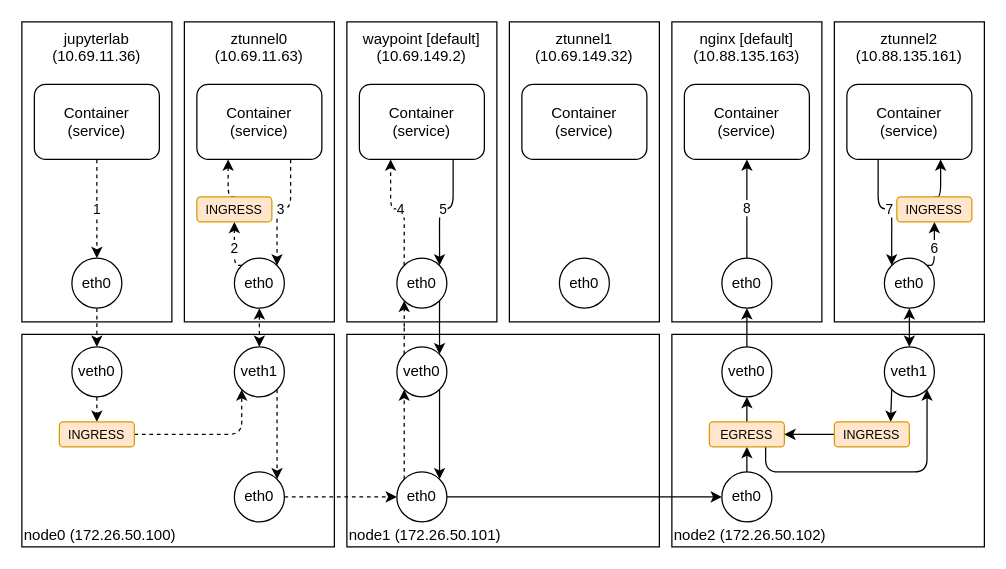
Earlier version of the draw.io diagram page "ambientmesh.flow" (3 of 3) of k8s.istio/k8s.istio.drawio (haruband/codebook). Source tidied: cells renumbered, new cells numbered last; positions are measured from the earlier drawing's top-left corner, leaving out a move shared by most shapes. Both pictures are drawn from the tidied source at 125%, with x=0, y=0 at pixel (21, 21).
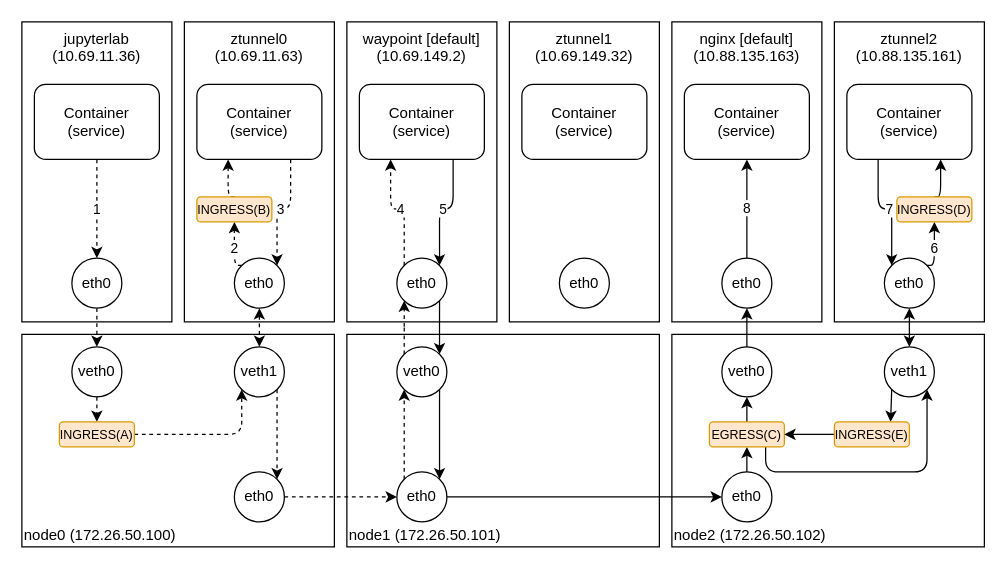
After the change.

The edit, as a diff of the source:
```diff
@@
-    <mxCell id="11" value="INGRESS" style="rounded=1;whiteSpace=wrap;html=1;align=center;fontSize=10;fillColor=#ffe6cc;strokeColor=#d79b00;" parent="1" vertex="1">
+    <mxCell id="11" value="INGRESS(A)" style="rounded=1;whiteSpace=wrap;html=1;align=center;fontSize=10;fillColor=#ffe6cc;strokeColor=#d79b00;" parent="1" vertex="1">
       <mxGeometry x="30" y="320" width="60" height="20" as="geometry" />
     </mxCell>
@@
-    <mxCell id="19" value="INGRESS" style="rounded=1;whiteSpace=wrap;html=1;align=center;fontSize=10;fillColor=#ffe6cc;strokeColor=#d79b00;" parent="1" vertex="1">
+    <mxCell id="19" value="INGRESS(B)" style="rounded=1;whiteSpace=wrap;html=1;align=center;fontSize=10;fillColor=#ffe6cc;strokeColor=#d79b00;" parent="1" vertex="1">
       <mxGeometry x="140" y="140" width="60" height="20" as="geometry" />
     </mxCell>
@@
-    <mxCell id="47" value="INGRESS" style="rounded=1;whiteSpace=wrap;html=1;align=center;fontSize=10;fillColor=#ffe6cc;strokeColor=#d79b00;" parent="1" vertex="1">
+    <mxCell id="47" value="INGRESS(D)" style="rounded=1;whiteSpace=wrap;html=1;align=center;fontSize=10;fillColor=#ffe6cc;strokeColor=#d79b00;" parent="1" vertex="1">
       <mxGeometry x="700" y="140" width="60" height="20" as="geometry" />
     </mxCell>
@@
-    <mxCell id="55" value="EGRESS" style="rounded=1;whiteSpace=wrap;html=1;align=center;fontSize=10;fillColor=#ffe6cc;strokeColor=#d79b00;" parent="1" vertex="1">
+    <mxCell id="55" value="EGRESS(C)" style="rounded=1;whiteSpace=wrap;html=1;align=center;fontSize=10;fillColor=#ffe6cc;strokeColor=#d79b00;" parent="1" vertex="1">
       <mxGeometry x="550" y="320" width="60" height="20" as="geometry" />
     </mxCell>
@@
-    <mxCell id="60" value="INGRESS" style="rounded=1;whiteSpace=wrap;html=1;align=center;fontSize=10;fillColor=#ffe6cc;strokeColor=#d79b00;" parent="1" vertex="1">
+    <mxCell id="60" value="INGRESS(E)" style="rounded=1;whiteSpace=wrap;html=1;align=center;fontSize=10;fillColor=#ffe6cc;strokeColor=#d79b00;" parent="1" vertex="1">
       <mxGeometry x="650" y="320" width="60" height="20" as="geometry" />
     </mxCell>
```
